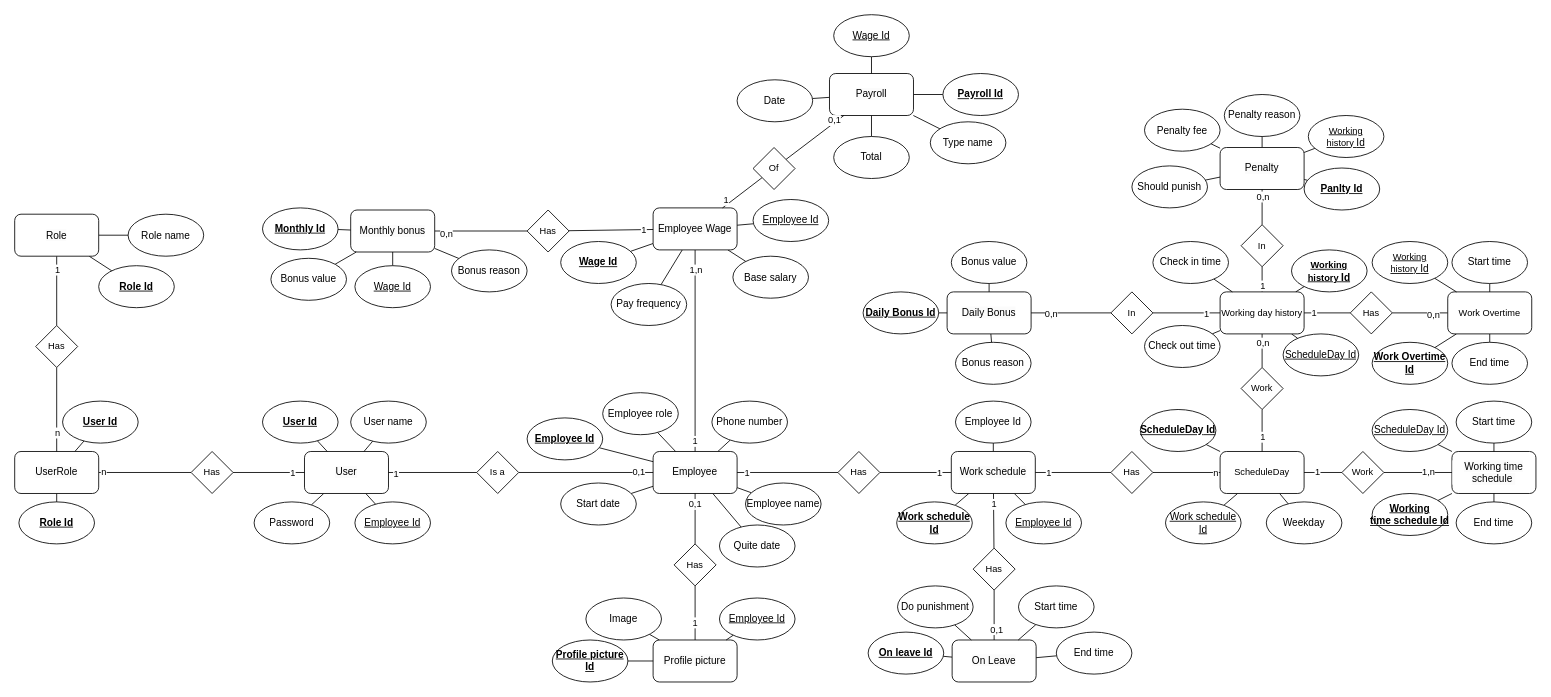
This is Doc/ER.drawio from HoangDepTraiBoDoiThe/EmployeeManagement, a draw.io file, before an edit. Source tidied: cells renumbered, new cells numbered last; positions are measured from the earlier drawing's top-left corner, leaving out a move shared by most shapes. Both pictures are drawn from the tidied source at 84%, with x=0, y=0 at pixel (14, 14).
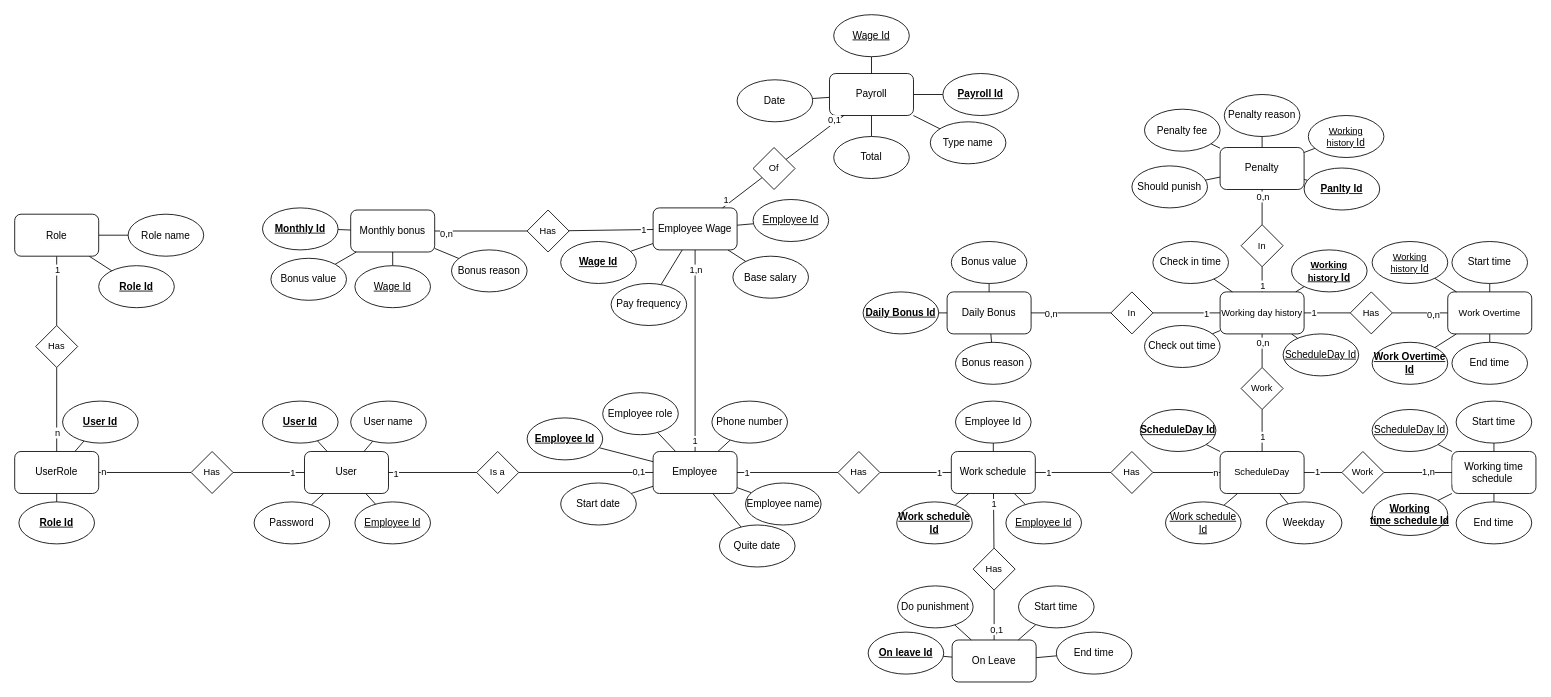
The same page after the edit.

Commit message (it also covers changes not shown here):
Add employee profile pic

The change refers to these unchanged cells:
```xml
<mxCell id="20" value="&lt;span style=&quot;font-size: 12px; background-color: rgb(251, 251, 251);&quot;&gt;Employee&lt;/span&gt;" style="rounded=1;whiteSpace=wrap;html=1;fontFamily=Helvetica;fontSize=11;fontColor=default;labelBackgroundColor=default;" parent="1" vertex="1">
  <mxGeometry x="760" y="520" width="100" height="50" as="geometry" />
</mxCell>
```

The edit, as a diff of the source:
```diff
@@
-    <mxCell id="18" style="edgeStyle=none;shape=connector;rounded=0;jettySize=auto;html=1;strokeColor=default;align=center;verticalAlign=middle;fontFamily=Helvetica;fontSize=11;fontColor=default;labelBackgroundColor=default;endArrow=none;endFill=0;" parent="1" edge="1" source="208" target="201">
-      <mxGeometry relative="1" as="geometry" />
-    </mxCell>
-    <mxCell id="19" value="1" style="edgeLabel;html=1;align=center;verticalAlign=middle;fontFamily=Helvetica;fontSize=11;fontColor=default;labelBackgroundColor=default;" parent="18" vertex="1">
-      <mxGeometry x="0.32" y="-1" relative="1" as="geometry" />
-    </mxCell>
@@
-    <mxCell id="201" value="&lt;span style=&quot;font-size: 12px; background-color: rgb(251, 251, 251);&quot;&gt;Profile picture&lt;/span&gt;" style="rounded=1;whiteSpace=wrap;html=1;fontFamily=Helvetica;fontSize=11;fontColor=default;labelBackgroundColor=default;" parent="1" vertex="1">
-      <mxGeometry x="760" y="744.4" width="100" height="50" as="geometry" />
-    </mxCell>
-    <mxCell id="202" style="edgeStyle=none;shape=connector;rounded=0;jettySize=auto;html=1;strokeColor=default;align=center;verticalAlign=middle;fontFamily=Helvetica;fontSize=11;fontColor=default;labelBackgroundColor=default;endArrow=none;endFill=0;" parent="1" edge="1" source="203" target="201">
-      <mxGeometry relative="1" as="geometry" />
-    </mxCell>
-    <mxCell id="203" value="Profile picture Id" style="ellipse;whiteSpace=wrap;html=1;fontStyle=5;" parent="1" vertex="1">
-      <mxGeometry x="640" y="744.4" width="90" height="50" as="geometry" />
-    </mxCell>
-    <mxCell id="204" style="edgeStyle=none;shape=connector;rounded=0;jettySize=auto;html=1;strokeColor=default;align=center;verticalAlign=middle;fontFamily=Helvetica;fontSize=11;fontColor=default;labelBackgroundColor=default;endArrow=none;endFill=0;" parent="1" edge="1" source="205" target="201">
-      <mxGeometry relative="1" as="geometry" />
-    </mxCell>
-    <mxCell id="205" value="Image" style="ellipse;whiteSpace=wrap;html=1;fontStyle=0;" parent="1" vertex="1">
-      <mxGeometry x="680" y="694.4" width="90" height="50" as="geometry" />
-    </mxCell>
-    <mxCell id="206" style="edgeStyle=none;shape=connector;rounded=0;jettySize=auto;html=1;strokeColor=default;align=center;verticalAlign=middle;fontFamily=Helvetica;fontSize=11;fontColor=default;labelBackgroundColor=default;endArrow=none;endFill=0;" parent="1" edge="1" source="20" target="208">
-      <mxGeometry relative="1" as="geometry" />
-    </mxCell>
-    <mxCell id="207" value="0,1" style="edgeLabel;html=1;align=center;verticalAlign=middle;fontFamily=Helvetica;fontSize=11;fontColor=default;labelBackgroundColor=default;" parent="206" vertex="1">
-      <mxGeometry x="-0.59" y="-1" relative="1" as="geometry" />
-    </mxCell>
-    <mxCell id="208" value="Has" style="rhombus;whiteSpace=wrap;html=1;fontFamily=Helvetica;fontSize=11;fontColor=default;labelBackgroundColor=default;" parent="1" vertex="1">
-      <mxGeometry x="785" y="630" width="50" height="50" as="geometry" />
-    </mxCell>
-    <mxCell id="209" style="edgeStyle=none;shape=connector;rounded=0;jettySize=auto;html=1;strokeColor=default;align=center;verticalAlign=middle;fontFamily=Helvetica;fontSize=11;fontColor=default;labelBackgroundColor=default;endArrow=none;endFill=0;" parent="1" edge="1" source="210" target="201">
-      <mxGeometry relative="1" as="geometry" />
-    </mxCell>
-    <mxCell id="210" value="Employee Id" style="ellipse;whiteSpace=wrap;html=1;fontStyle=4;" parent="1" vertex="1">
-      <mxGeometry x="839" y="694.4" width="90" height="50" as="geometry" />
-    </mxCell>
```
